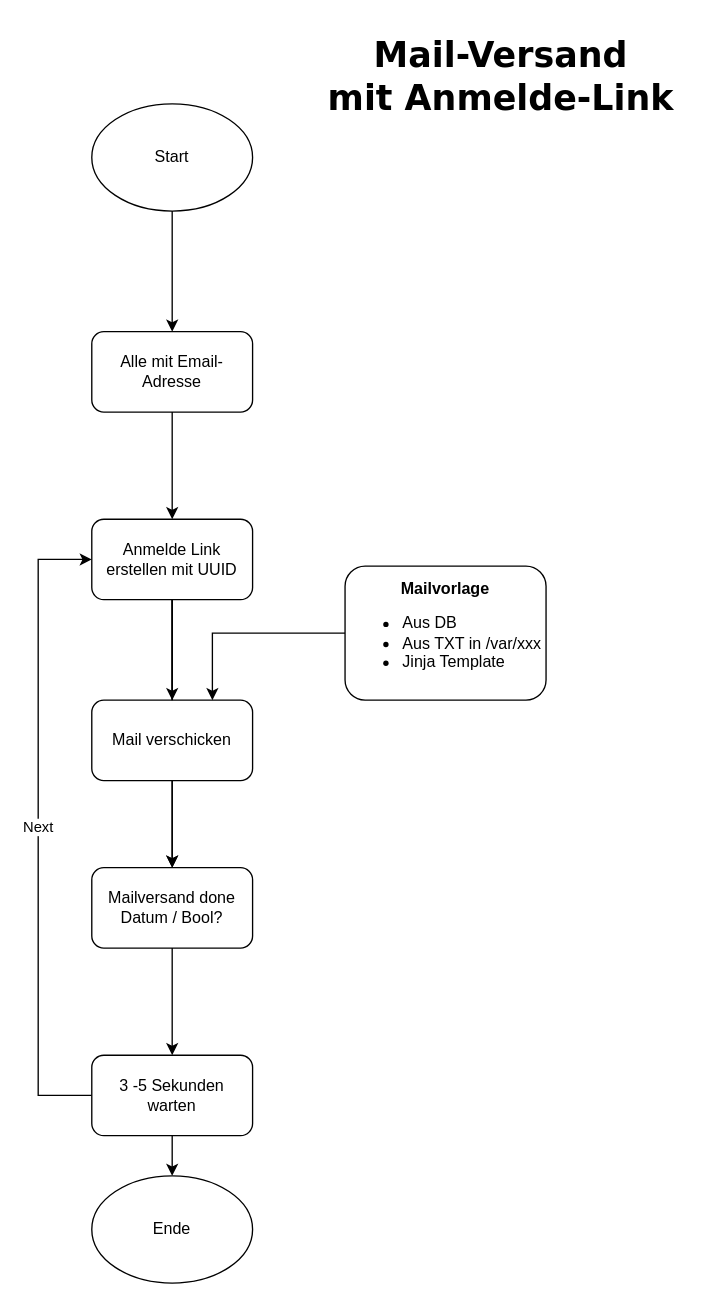
This is page "Mailversand" (3 of 7) of docs/drawio/SJ_Diagramme.drawio from fPBunxGKv/sj-github, a draw.io file, before an edit. Source tidied: cells renumbered, new cells numbered last; positions are measured from the earlier drawing's top-left corner, leaving out a move shared by most shapes. Both pictures are drawn from the tidied source at 134%, with x=0, y=0 at pixel (38, 23).
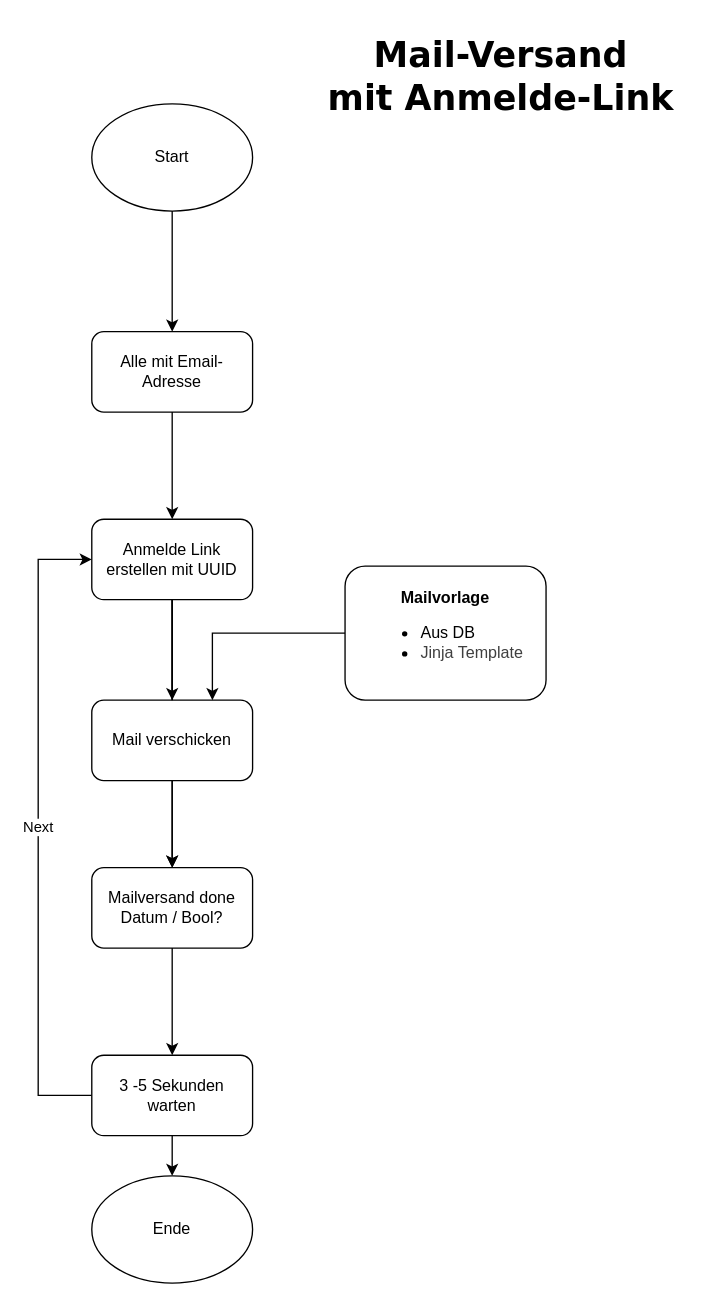
The same diagram, later.

Change to the diagram source:
```diff
@@
-    <mxCell id="19" value="&lt;b&gt;Mailvorlage&lt;/b&gt;&lt;br&gt;&lt;div style=&quot;text-align: left;&quot;&gt;&lt;ul&gt;&lt;li&gt;&lt;span style=&quot;background-color: initial;&quot;&gt;Aus DB&lt;/span&gt;&lt;/li&gt;&lt;li&gt;&lt;span style=&quot;background-color: initial;&quot;&gt;Aus TXT in /var/xxx&lt;/span&gt;&lt;/li&gt;&lt;li&gt;&lt;span style=&quot;background-color: initial;&quot;&gt;Jinja Template&lt;/span&gt;&lt;/li&gt;&lt;/ul&gt;&lt;/div&gt;" style="rounded=1;whiteSpace=wrap;html=1;" parent="1" vertex="1">
+    <mxCell id="19" value="&lt;b&gt;Mailvorlage&lt;/b&gt;&lt;br&gt;&lt;div style=&quot;text-align: left;&quot;&gt;&lt;ul&gt;&lt;li&gt;&lt;span style=&quot;background-color: initial;&quot;&gt;Aus DB&lt;/span&gt;&lt;/li&gt;&lt;li&gt;&lt;span style=&quot;background-color: initial; color: rgb(63, 63, 63);&quot;&gt;Jinja Template&lt;/span&gt;&lt;/li&gt;&lt;/ul&gt;&lt;/div&gt;" style="rounded=1;whiteSpace=wrap;html=1;" parent="1" vertex="1">
       <mxGeometry x="229" y="405" width="150" height="100" as="geometry" />
     </mxCell>
```
